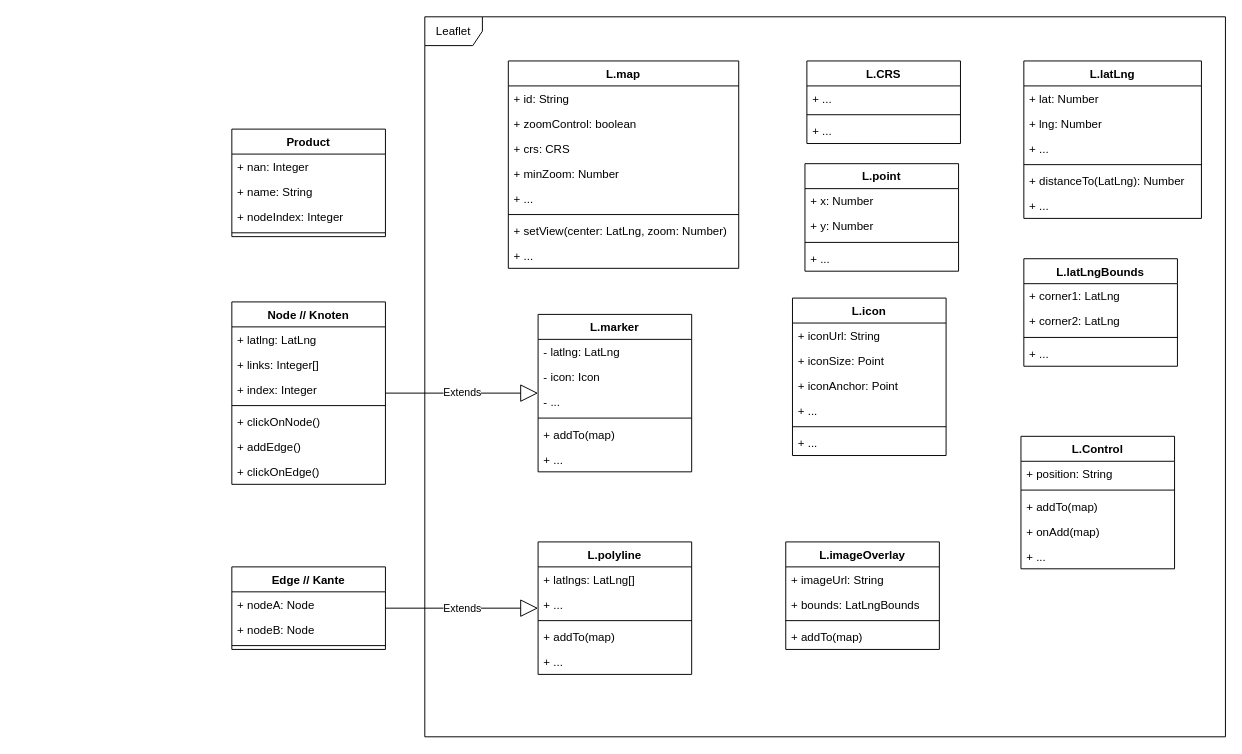
Before: page "Klassendiagramm" (1 of 2) of drawio/indoor-navigation.drawio in danielgilbers/indoor-navigation, a draw.io diagram. Source tidied: cells renumbered, new cells numbered last; positions are measured from the earlier drawing's top-left corner, leaving out a move shared by most shapes. Both pictures are drawn from the tidied source at 96%, with x=0, y=0 at pixel (231, 16).
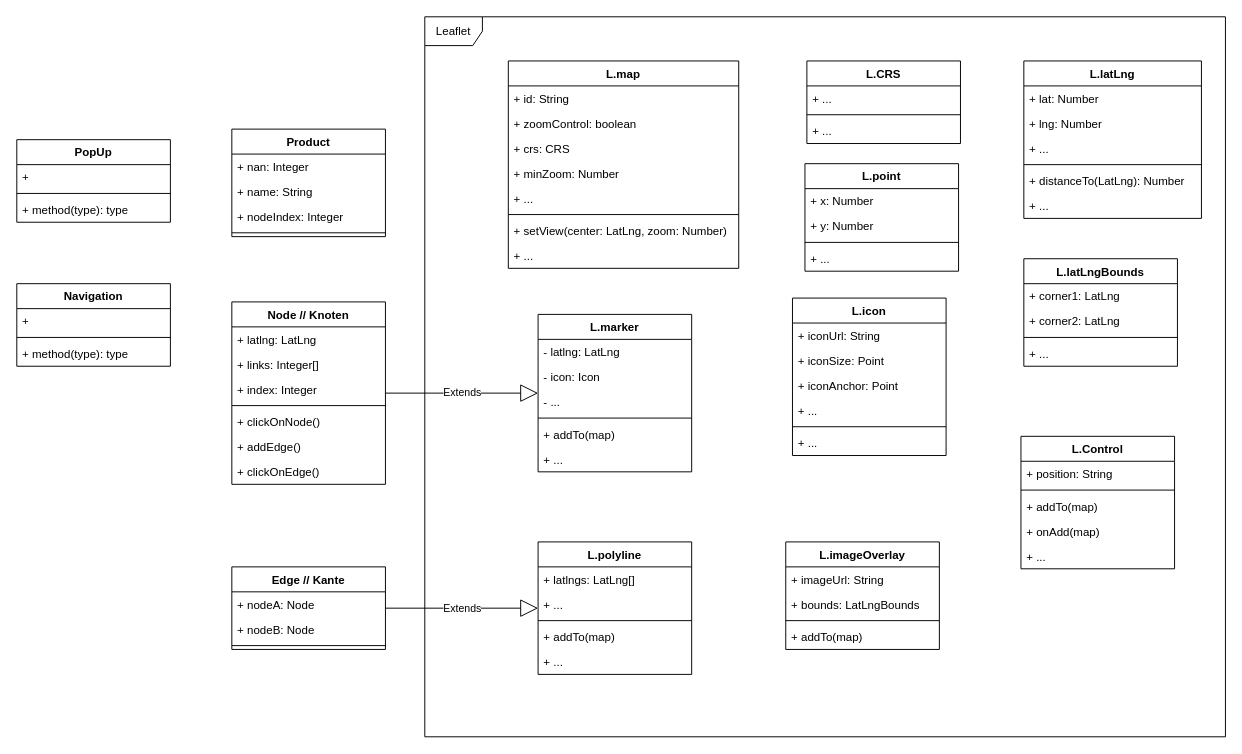
The same diagram, later.

Diff of the diagram source:
```diff
@@
+    <mxCell id="83" value="PopUp" style="swimlane;fontStyle=1;align=center;verticalAlign=top;horizontal=1;startSize=26;whiteSpace=wrap;html=1;" parent="1" vertex="1">
+      <mxGeometry x="-224" y="128" width="160" height="86" as="geometry" />
+    </mxCell>
+    <mxCell id="84" value="+&amp;nbsp;" style="text;strokeColor=none;fillColor=none;align=left;verticalAlign=top;spacingLeft=4;spacingRight=4;overflow=hidden;whiteSpace=wrap;html=1;" parent="83" vertex="1">
+      <mxGeometry y="26" width="160" height="26" as="geometry" />
+    </mxCell>
+    <mxCell id="85" style="line;strokeWidth=1;fillColor=none;align=left;verticalAlign=middle;spacingTop=-1;spacingLeft=3;spacingRight=3;labelPosition=right;strokeColor=inherit;" parent="83" vertex="1">
+      <mxGeometry y="52" width="160" height="8" as="geometry" />
+    </mxCell>
+    <mxCell id="86" value="+ method(type): type" style="text;strokeColor=none;fillColor=none;align=left;verticalAlign=top;spacingLeft=4;spacingRight=4;overflow=hidden;whiteSpace=wrap;html=1;" parent="83" vertex="1">
+      <mxGeometry y="60" width="160" height="26" as="geometry" />
+    </mxCell>
+    <mxCell id="87" value="Navigation" style="swimlane;fontStyle=1;align=center;verticalAlign=top;horizontal=1;startSize=26;whiteSpace=wrap;html=1;" parent="1" vertex="1">
+      <mxGeometry x="-224" y="278" width="160" height="86" as="geometry" />
+    </mxCell>
+    <mxCell id="88" value="+&amp;nbsp;" style="text;strokeColor=none;fillColor=none;align=left;verticalAlign=top;spacingLeft=4;spacingRight=4;overflow=hidden;whiteSpace=wrap;html=1;" parent="87" vertex="1">
+      <mxGeometry y="26" width="160" height="26" as="geometry" />
+    </mxCell>
+    <mxCell id="89" style="line;strokeWidth=1;fillColor=none;align=left;verticalAlign=middle;spacingTop=-1;spacingLeft=3;spacingRight=3;labelPosition=right;strokeColor=inherit;" parent="87" vertex="1">
+      <mxGeometry y="52" width="160" height="8" as="geometry" />
+    </mxCell>
+    <mxCell id="90" value="+ method(type): type" style="text;strokeColor=none;fillColor=none;align=left;verticalAlign=top;spacingLeft=4;spacingRight=4;overflow=hidden;whiteSpace=wrap;html=1;" parent="87" vertex="1">
+      <mxGeometry y="60" width="160" height="26" as="geometry" />
+    </mxCell>
```
